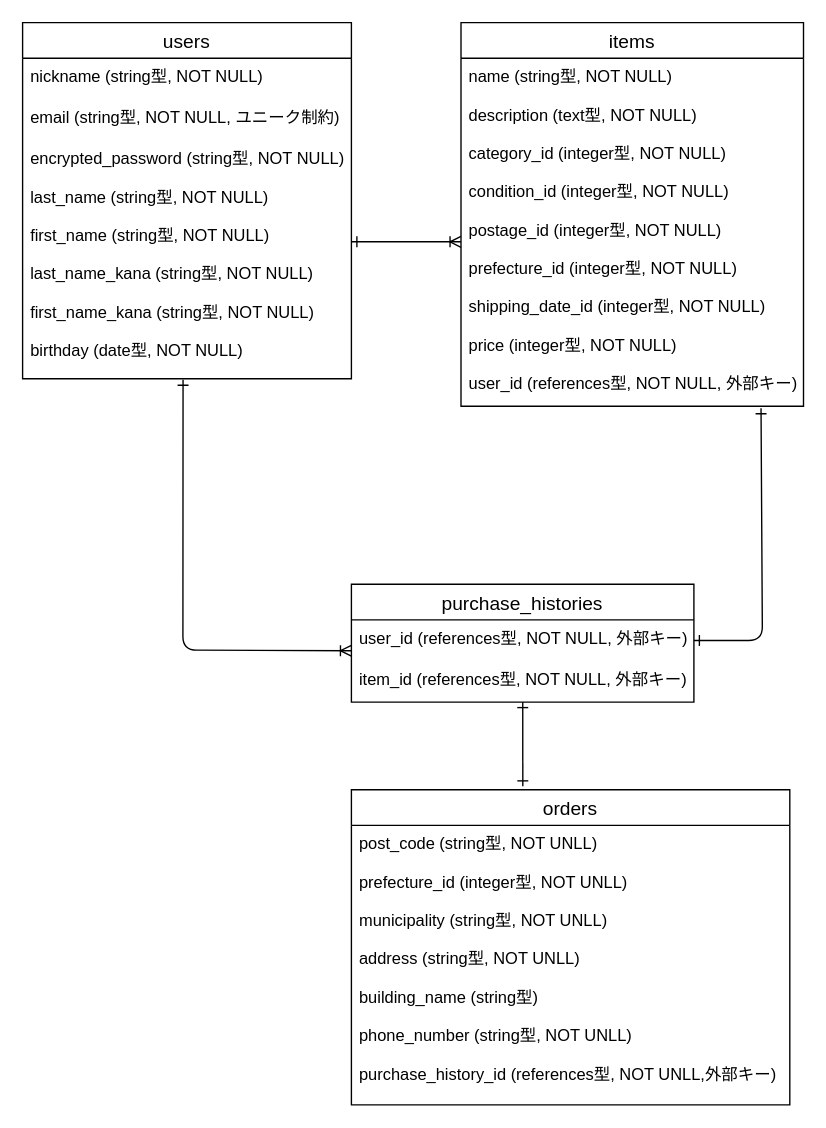
Tsukumo290/furima-38322 keeps this draw.io diagram as ER.dio. Above is the earlier version. Source tidied: cells renumbered, new cells numbered last; positions are measured from the earlier drawing's top-left corner, leaving out a move shared by most shapes. Both pictures are drawn from the tidied source at 137%, with x=0, y=0 at pixel (22, 22).
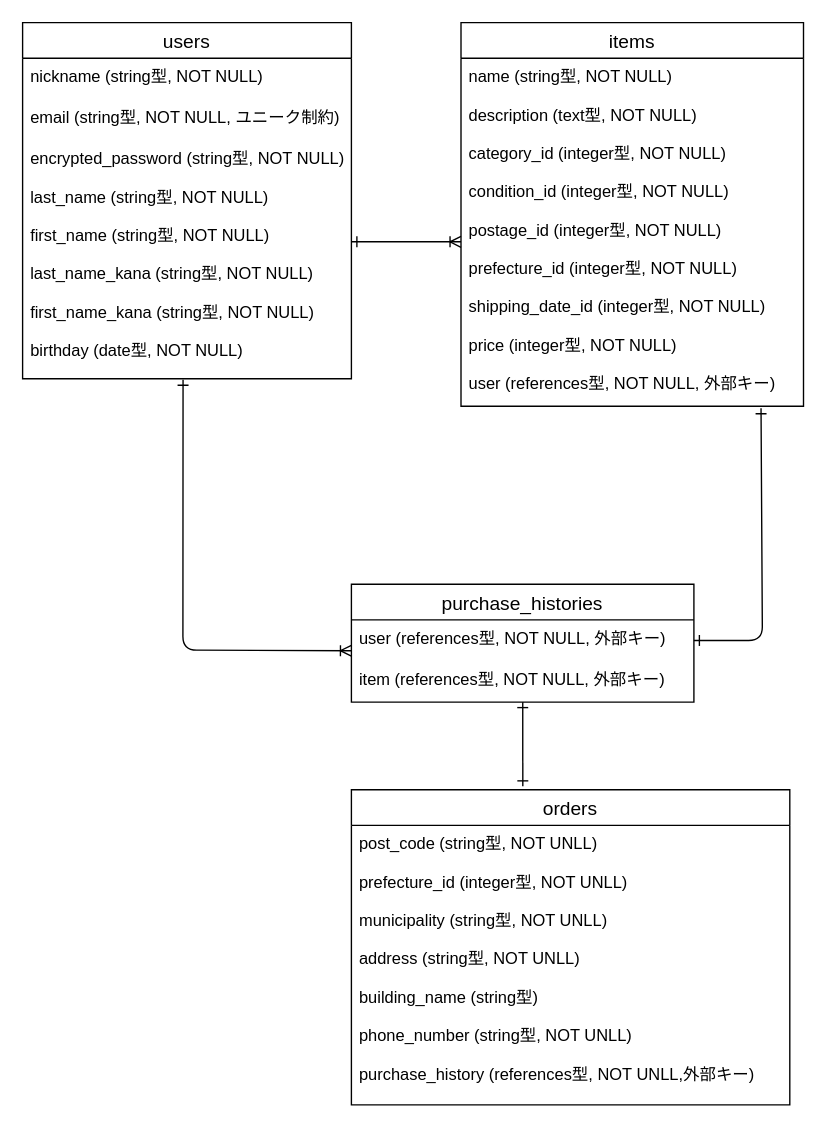
Above is the later version.

Commit message:
ER図のカラム名修正

Unchanged cells that the change refers to:
```xml
<mxCell id="8" value="items" style="swimlane;fontStyle=0;horizontal=1;startSize=26;align=center;fontSize=14;" parent="1" vertex="1">
  <mxGeometry x="320" width="250" height="280" as="geometry" />
</mxCell>
<mxCell id="12" value="purchase_histories" style="swimlane;fontStyle=0;horizontal=1;startSize=26;align=center;fontSize=14;" parent="1" vertex="1">
  <mxGeometry x="240" y="410" width="250" height="86" as="geometry" />
</mxCell>
<mxCell id="15" value="orders" style="swimlane;fontStyle=0;horizontal=1;startSize=26;align=center;fontSize=14;" parent="1" vertex="1">
  <mxGeometry x="240" y="560" width="320" height="230" as="geometry" />
</mxCell>
```

What changed in the source:
```diff
@@
-    <mxCell id="9" value="name (string型, NOT NULL)&#10;&#10;description (text型, NOT NULL)&#10;&#10;category_id (integer型, NOT NULL)&#10;&#10;condition_id (integer型, NOT NULL)&#10;&#10;postage_id (integer型, NOT NULL)&#10;&#10;prefecture_id (integer型, NOT NULL)&#10;&#10;shipping_date_id (integer型, NOT NULL)&#10;&#10;price (integer型, NOT NULL)&#10;&#10;user_id (references型, NOT NULL, 外部キー)" style="text;strokeColor=none;fillColor=none;spacingLeft=4;spacingRight=4;overflow=hidden;points=[[0,0.5],[1,0.5]];portConstraint=eastwest;fontSize=12;" parent="8" vertex="1">
+    <mxCell id="9" value="name (string型, NOT NULL)&#10;&#10;description (text型, NOT NULL)&#10;&#10;category_id (integer型, NOT NULL)&#10;&#10;condition_id (integer型, NOT NULL)&#10;&#10;postage_id (integer型, NOT NULL)&#10;&#10;prefecture_id (integer型, NOT NULL)&#10;&#10;shipping_date_id (integer型, NOT NULL)&#10;&#10;price (integer型, NOT NULL)&#10;&#10;user (references型, NOT NULL, 外部キー)" style="text;strokeColor=none;fillColor=none;spacingLeft=4;spacingRight=4;overflow=hidden;points=[[0,0.5],[1,0.5]];portConstraint=eastwest;fontSize=12;" parent="8" vertex="1">
       <mxGeometry y="26" width="250" height="254" as="geometry" />
     </mxCell>
@@
-    <mxCell id="13" value="user_id (references型, NOT NULL, 外部キー)" style="text;strokeColor=none;fillColor=none;spacingLeft=4;spacingRight=4;overflow=hidden;points=[[0,0.5],[1,0.5]];portConstraint=eastwest;fontSize=12;" parent="12" vertex="1">
+    <mxCell id="13" value="user (references型, NOT NULL, 外部キー)" style="text;strokeColor=none;fillColor=none;spacingLeft=4;spacingRight=4;overflow=hidden;points=[[0,0.5],[1,0.5]];portConstraint=eastwest;fontSize=12;" parent="12" vertex="1">
       <mxGeometry y="26" width="250" height="30" as="geometry" />
     </mxCell>
-    <mxCell id="14" value="item_id (references型, NOT NULL, 外部キー)" style="text;strokeColor=none;fillColor=none;spacingLeft=4;spacingRight=4;overflow=hidden;fontSize=12;" parent="12" vertex="1">
+    <mxCell id="14" value="item (references型, NOT NULL, 外部キー)" style="text;strokeColor=none;fillColor=none;spacingLeft=4;spacingRight=4;overflow=hidden;fontSize=12;" parent="12" vertex="1">
       <mxGeometry y="56" width="250" height="30" as="geometry" />
     </mxCell>
@@
-    <mxCell id="16" value="post_code (string型, NOT UNLL)&#10;&#10;prefecture_id (integer型, NOT UNLL)&#10;&#10;municipality (string型, NOT UNLL)&#10;&#10;address (string型, NOT UNLL)&#10;&#10;building_name (string型)&#10;&#10;phone_number (string型, NOT UNLL)&#10;&#10;purchase_history_id (references型, NOT UNLL,外部キー)&#10;" style="text;strokeColor=none;fillColor=none;spacingLeft=4;spacingRight=4;overflow=hidden;fontSize=12;" parent="15" vertex="1">
+    <mxCell id="16" value="post_code (string型, NOT UNLL)&#10;&#10;prefecture_id (integer型, NOT UNLL)&#10;&#10;municipality (string型, NOT UNLL)&#10;&#10;address (string型, NOT UNLL)&#10;&#10;building_name (string型)&#10;&#10;phone_number (string型, NOT UNLL)&#10;&#10;purchase_history (references型, NOT UNLL,外部キー)&#10;" style="text;strokeColor=none;fillColor=none;spacingLeft=4;spacingRight=4;overflow=hidden;fontSize=12;" parent="15" vertex="1">
       <mxGeometry y="26" width="320" height="204" as="geometry" />
     </mxCell>
```
